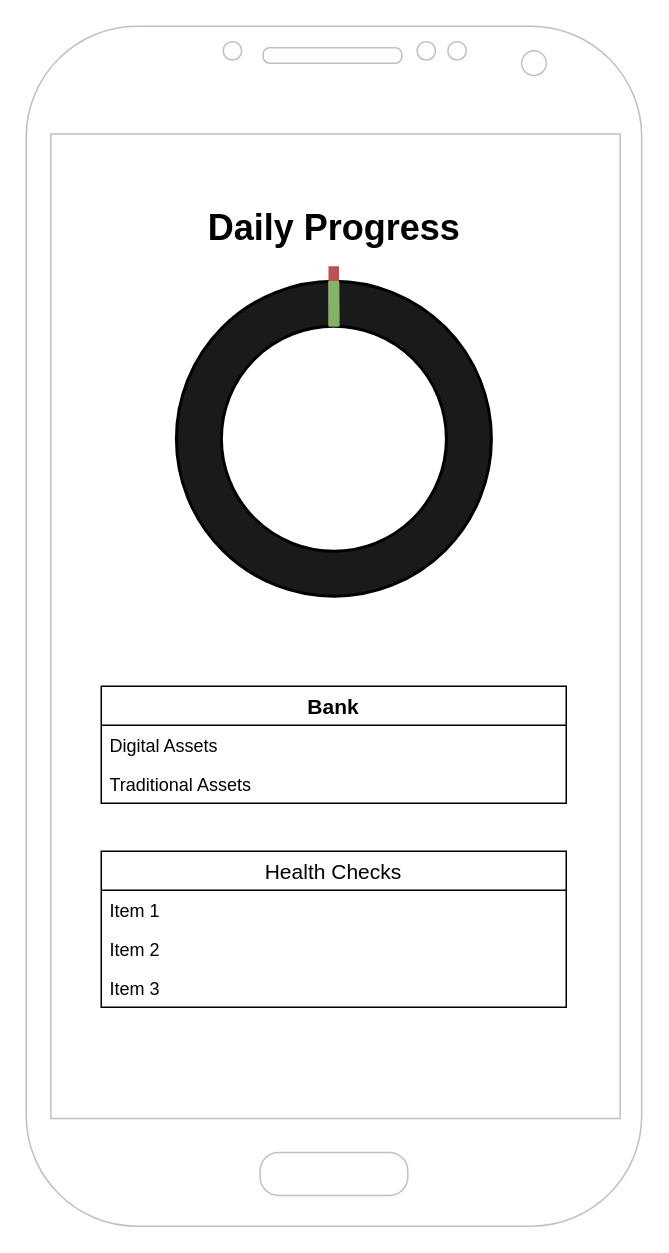
Earlier version of the draw.io diagram Bitsurance UI.drawio (das2002/Bitsurance). Source tidied: cells renumbered, new cells numbered last; positions are measured from the earlier drawing's top-left corner, leaving out a move shared by most shapes. Both pictures are drawn from the tidied source at 150%, with x=0, y=0 at pixel (26, 26).
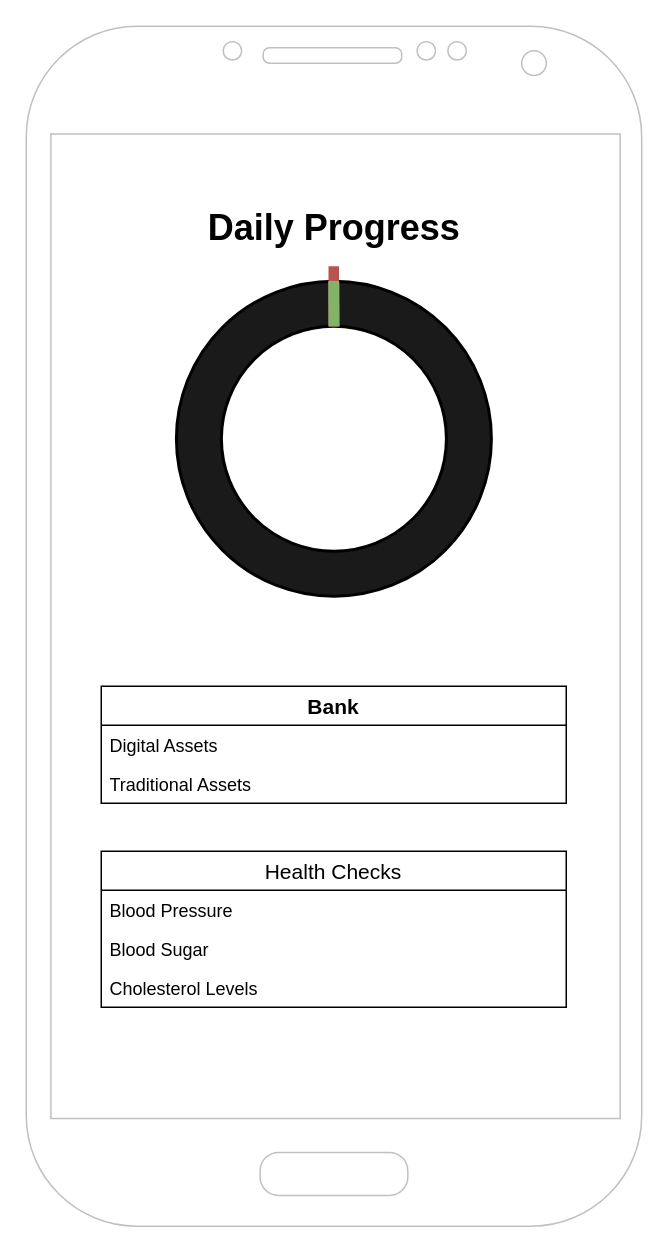
Above is the later version.

Unchanged cells that the change refers to:
```xml
<mxCell id="14" value="Health Checks" style="swimlane;fontStyle=0;horizontal=1;startSize=26;fontSize=14;fillColor=#FFFFFF;" parent="1" vertex="1">
  <mxGeometry x="50" y="550" width="310" height="104" as="geometry" />
</mxCell>
```

Change to the diagram source:
```diff
@@
-    <mxCell id="15" value="Item 1" style="text;strokeColor=none;fillColor=none;align=left;verticalAlign=top;spacingLeft=4;spacingRight=4;overflow=hidden;" parent="14" vertex="1">
+    <mxCell id="15" value="Blood Pressure" style="text;strokeColor=none;fillColor=none;align=left;verticalAlign=top;spacingLeft=4;spacingRight=4;overflow=hidden;" parent="14" vertex="1">
       <mxGeometry y="26" width="310" height="26" as="geometry" />
     </mxCell>
-    <mxCell id="16" value="Item 2" style="text;strokeColor=none;fillColor=none;align=left;verticalAlign=top;spacingLeft=4;spacingRight=4;overflow=hidden;" parent="14" vertex="1">
+    <mxCell id="16" value="Blood Sugar" style="text;strokeColor=none;fillColor=none;align=left;verticalAlign=top;spacingLeft=4;spacingRight=4;overflow=hidden;" parent="14" vertex="1">
       <mxGeometry y="52" width="310" height="26" as="geometry" />
     </mxCell>
-    <mxCell id="17" value="Item 3" style="text;strokeColor=none;fillColor=none;align=left;verticalAlign=top;spacingLeft=4;spacingRight=4;overflow=hidden;" parent="14" vertex="1">
+    <mxCell id="17" value="Cholesterol Levels" style="text;strokeColor=none;fillColor=none;align=left;verticalAlign=top;spacingLeft=4;spacingRight=4;overflow=hidden;" parent="14" vertex="1">
       <mxGeometry y="78" width="310" height="26" as="geometry" />
     </mxCell>
```
